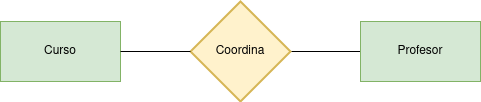
GermanOjeda/base-datos keeps this draw.io diagram as tareas 1/Ejercicio calificable docente (MR-2).drawio.png. Above is the earlier version. Source tidied: cells renumbered, new cells last; positions are measured from the earlier drawing's top-left corner, leaving out a move shared by most shapes.
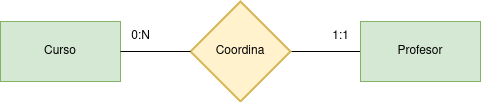
The same file after the commit.

Diff of the diagram source:
```diff
@@ -17,5 +17,11 @@
     <mxCell id="6" style="rounded=0;jettySize=auto;html=1;exitX=1;exitY=0.5;exitDx=0;exitDy=0;entryX=0;entryY=0.5;entryDx=0;entryDy=0;entryPerimeter=0;endArrow=none;endFill=0;" parent="1" edge="1" source="2" target="4">
       <mxGeometry relative="1" as="geometry" />
     </mxCell>
+    <mxCell id="7" value="0:N" style="text;html=1;align=center;verticalAlign=middle;strokeColor=none;fillColor=none;" parent="1" vertex="1">
+      <mxGeometry x="120" y="20" width="40" height="30" as="geometry" />
+    </mxCell>
+    <mxCell id="8" value="1:1" style="text;html=1;align=center;verticalAlign=middle;strokeColor=none;fillColor=none;" parent="1" vertex="1">
+      <mxGeometry x="320" y="20" width="40" height="30" as="geometry" />
+    </mxCell>
   </root>
 </mxGraphModel>
```
